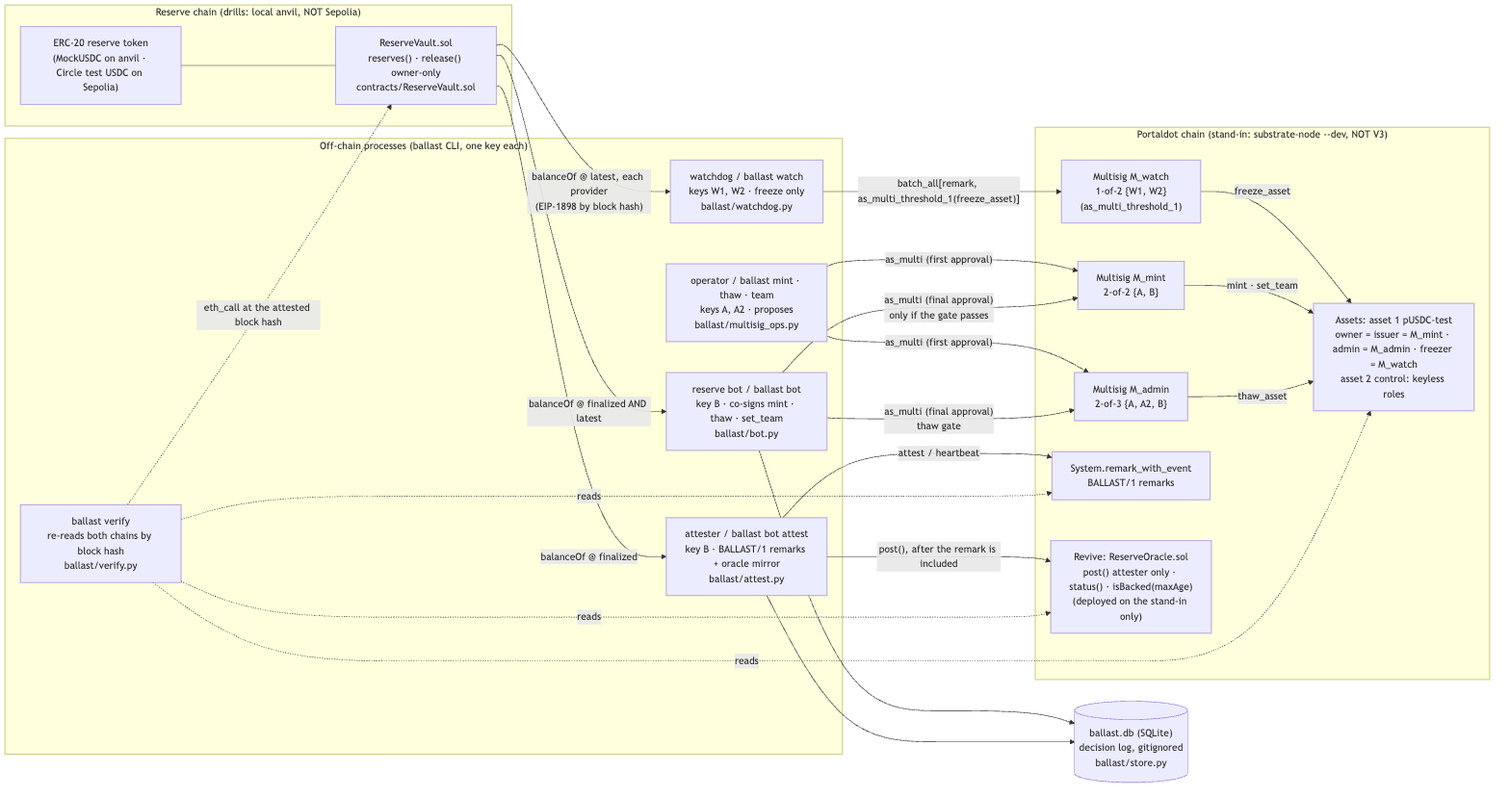
This is docs/architecture.png from edycutjong/portaldot-hackathon-2026-ballast-edycu, a Mermaid export, as it was before one commit. Its source is kept beside it as docs/architecture.mmd.
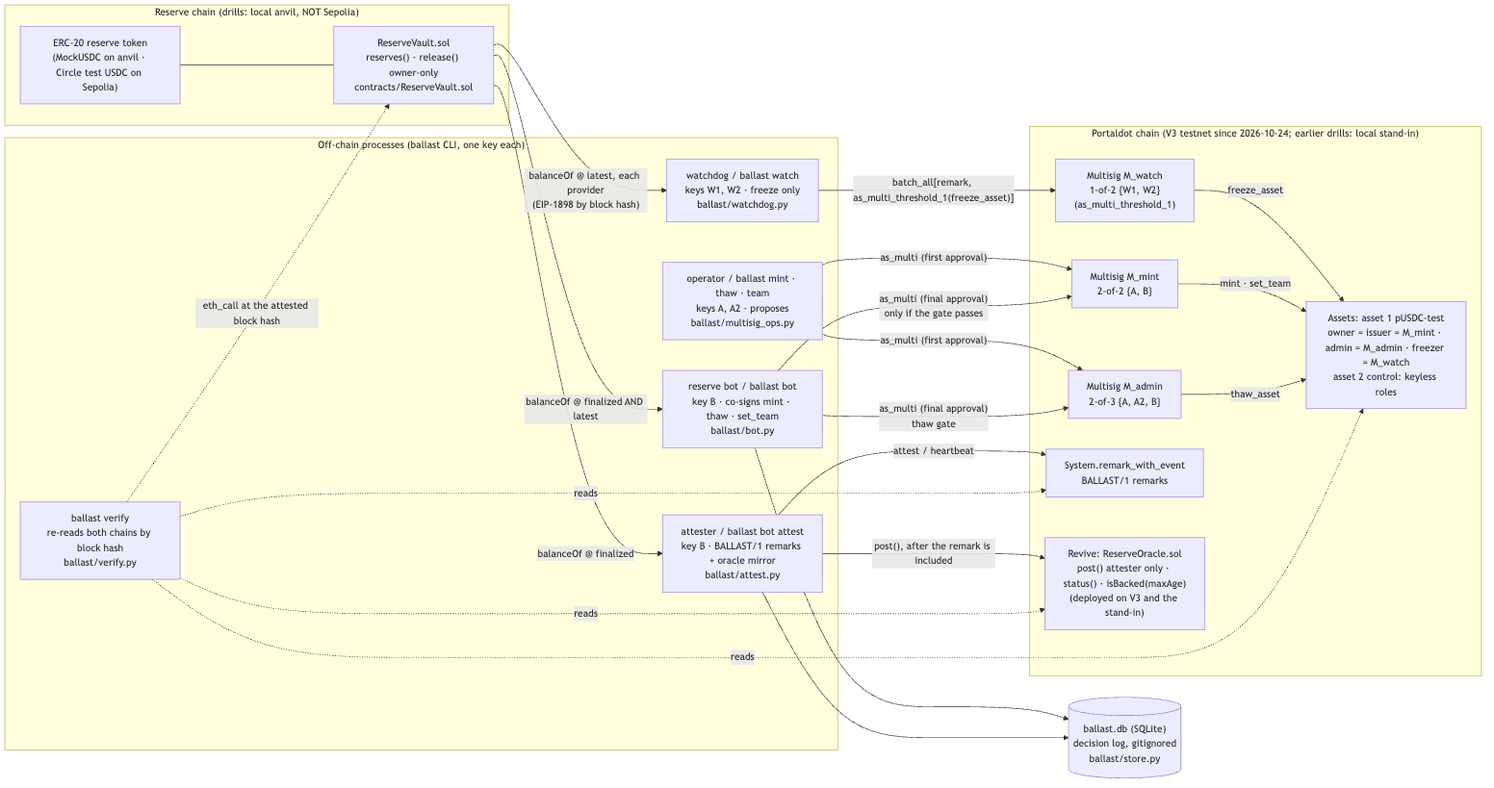
Later version of the same file.

Commit message:
ARCHITECTURE: the Portaldot chain box and ReserveOracle now name V3 (role split, role drill, attest drill ran there 2026-10-24); reserve stays local anvil, NOT Sepolia

The edit, as a diff of the source:
```diff
@@ -13,13 +13,13 @@
     VER["ballast verify<br/>re-reads both chains by block hash<br/>ballast/verify.py"]
   end
 
-  subgraph PD["Portaldot chain (stand-in: substrate-node --dev, NOT V3)"]
+  subgraph PD["Portaldot chain (V3 testnet since 2026-10-24; earlier drills: local stand-in)"]
     ASSET["Assets: asset 1 pUSDC-test<br/>owner = issuer = M_mint · admin = M_admin · freezer = M_watch<br/>asset 2 control: keyless roles"]
     MMINT["Multisig M_mint<br/>2-of-2 {A, B}"]
     MADMIN["Multisig M_admin<br/>2-of-3 {A, A2, B}"]
     MWATCH["Multisig M_watch<br/>1-of-2 {W1, W2}<br/>(as_multi_threshold_1)"]
     REMARK["System.remark_with_event<br/>BALLAST/1 remarks"]
-    ORACLE["Revive: ReserveOracle.sol<br/>post() attester only · status() · isBacked(maxAge)<br/>(deployed on the stand-in only)"]
+    ORACLE["Revive: ReserveOracle.sol<br/>post() attester only · status() · isBacked(maxAge)<br/>(deployed on V3 and the stand-in)"]
   end
 
   SQL[("ballast.db (SQLite)<br/>decision log, gitignored<br/>ballast/store.py")]
```
